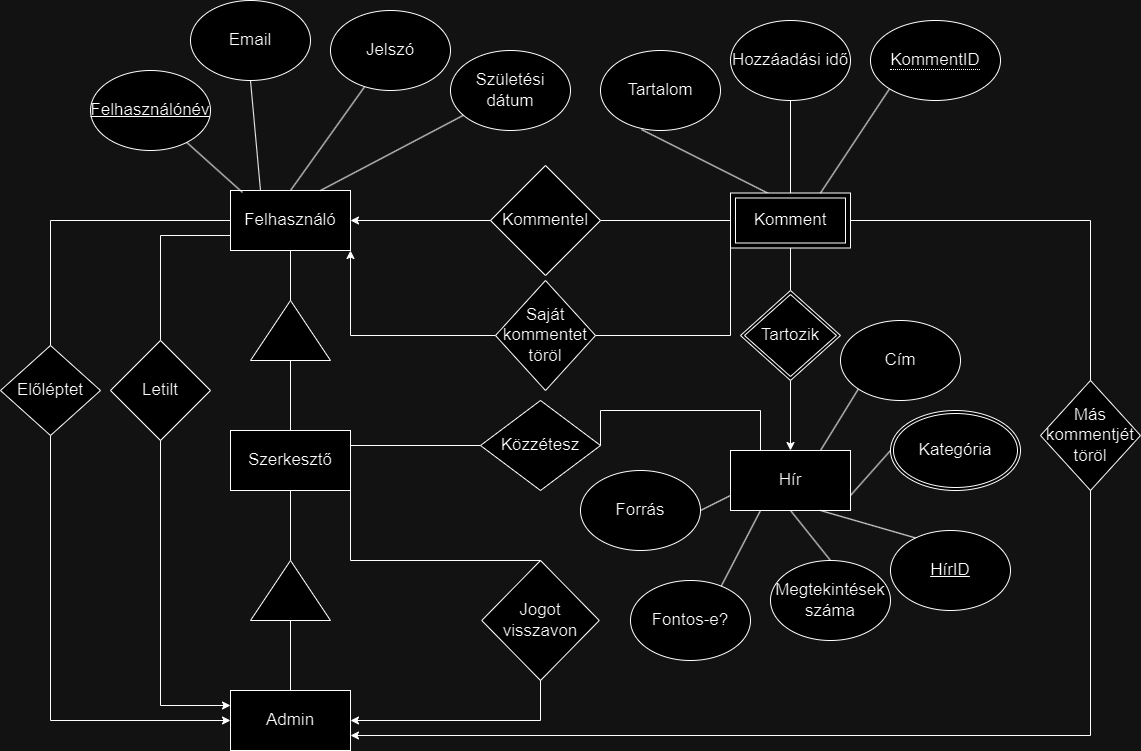
Above: docs/M2/Egyed-kapcsolat diagram.png in meferihun/rf1 (draw.io), before the change. Source tidied: cells renumbered, new cells last; positions are measured from the earlier drawing's top-left corner, leaving out a move shared by most shapes.
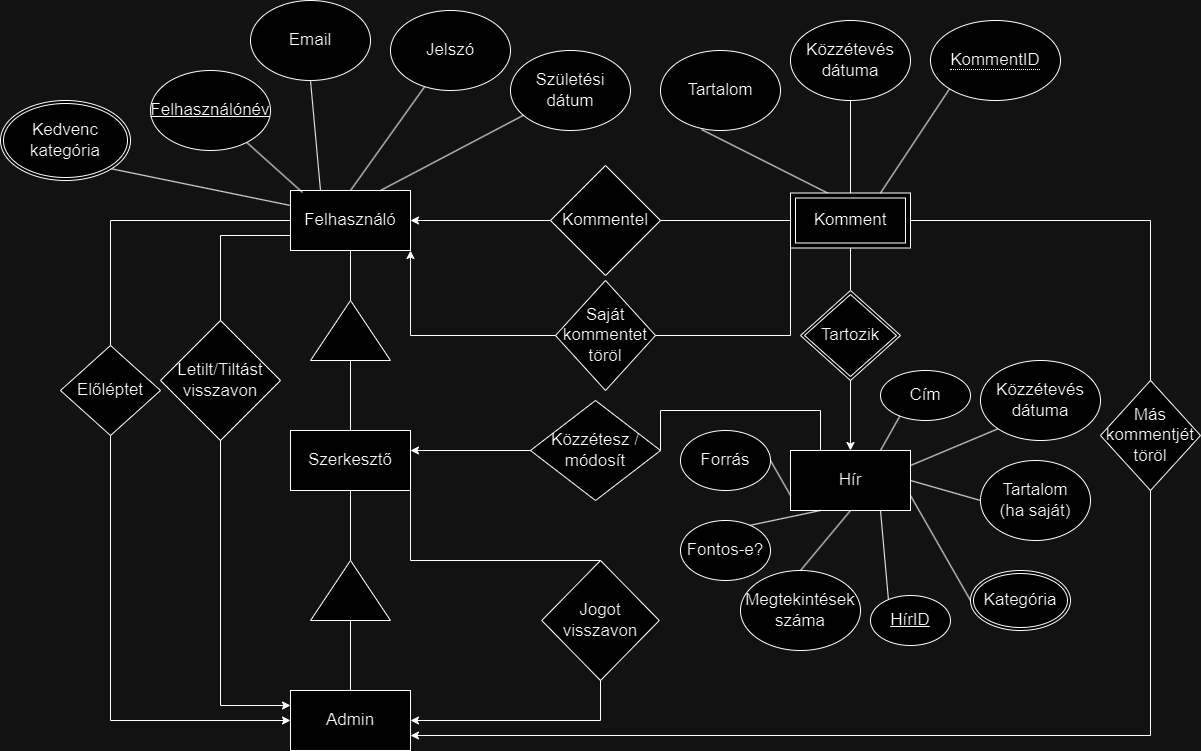
After the commit.

Change to the diagram source:
```diff
@@ -78,14 +78,14 @@
         </Array>
       </mxGeometry>
     </mxCell>
-    <mxCell id="26" value="Letilt" style="rhombus;whiteSpace=wrap;html=1;fontSize=17;" parent="1" vertex="1">
-      <mxGeometry x="110" y="340" width="100" height="100" as="geometry" />
+    <mxCell id="26" value="Letilt/Tiltást visszavon" style="rhombus;whiteSpace=wrap;html=1;fontSize=17;" parent="1" vertex="1">
+      <mxGeometry x="100" y="320" width="120" height="120" as="geometry" />
     </mxCell>
     <mxCell id="27" style="endArrow=none;html=1;rounded=0;entryX=0.75;entryY=0;entryDx=0;entryDy=0;exitX=0.5;exitY=0;exitDx=0;exitDy=0;" parent="1" edge="1" source="28" target="19">
       <mxGeometry relative="1" as="geometry" />
     </mxCell>
     <mxCell id="28" value="Cím" style="ellipse;whiteSpace=wrap;html=1;fontSize=17;" parent="1" vertex="1">
-      <mxGeometry x="840" y="320" width="120" height="80" as="geometry" />
+      <mxGeometry x="820" y="370" width="90" height="50" as="geometry" />
     </mxCell>
     <mxCell id="29" style="endArrow=none;html=1;rounded=0;entryX=1;entryY=0.75;entryDx=0;entryDy=0;exitX=0;exitY=0.5;exitDx=0;exitDy=0;" parent="1" edge="1" source="56" target="19">
       <mxGeometry relative="1" as="geometry" />
@@ -94,12 +94,12 @@
       <mxGeometry relative="1" as="geometry" />
     </mxCell>
     <mxCell id="31" value="HírID" style="ellipse;whiteSpace=wrap;html=1;fontSize=17;fontStyle=4;" parent="1" vertex="1">
-      <mxGeometry x="890" y="530" width="120" height="80" as="geometry" />
+      <mxGeometry x="810" y="595" width="80" height="50" as="geometry" />
     </mxCell>
     <mxCell id="32" style="endArrow=none;html=1;rounded=0;entryX=0.5;entryY=0;entryDx=0;entryDy=0;exitX=0.5;exitY=1;exitDx=0;exitDy=0;" parent="1" edge="1" source="33" target="38">
       <mxGeometry relative="1" as="geometry" />
     </mxCell>
-    <mxCell id="33" value="Hozzáadási idő" style="ellipse;whiteSpace=wrap;html=1;fontSize=17;" parent="1" vertex="1">
+    <mxCell id="33" value="Közzétevés dátuma" style="ellipse;whiteSpace=wrap;html=1;fontSize=17;" parent="1" vertex="1">
       <mxGeometry x="730" y="20" width="120" height="80" as="geometry" />
     </mxCell>
     <mxCell id="34" value="Tartalom" style="ellipse;whiteSpace=wrap;html=1;fontSize=17;" parent="1" vertex="1">
@@ -144,11 +144,8 @@
     <mxCell id="43" value="Tartozik" style="shape=rhombus;double=1;perimeter=rhombusPerimeter;whiteSpace=wrap;html=1;align=center;fontSize=17;" parent="1" vertex="1">
       <mxGeometry x="740" y="290" width="100" height="90" as="geometry" />
     </mxCell>
-    <mxCell id="44" style="endArrow=none;html=1;rounded=0;exitX=1;exitY=0.25;exitDx=0;exitDy=0;" parent="1" edge="1" source="14" target="45">
-      <mxGeometry relative="1" as="geometry" />
-    </mxCell>
-    <mxCell id="45" value="Közzétesz" style="shape=rhombus;perimeter=rhombusPerimeter;whiteSpace=wrap;html=1;align=center;fontSize=17;" parent="1" vertex="1">
-      <mxGeometry x="480" y="400" width="120" height="90" as="geometry" />
+    <mxCell id="45" value="Közzétesz / módosít" style="shape=rhombus;perimeter=rhombusPerimeter;whiteSpace=wrap;html=1;align=center;fontSize=17;" parent="1" vertex="1">
+      <mxGeometry x="470" y="400" width="130" height="100" as="geometry" />
     </mxCell>
     <mxCell id="46" style="endArrow=none;html=1;rounded=0;exitX=1;exitY=0.5;exitDx=0;exitDy=0;entryX=0.25;entryY=0;entryDx=0;entryDy=0;" parent="1" edge="1" source="45" target="19">
       <mxGeometry relative="1" as="geometry">
@@ -210,25 +207,48 @@
       </mxGeometry>
     </mxCell>
     <mxCell id="56" value="Kategória" style="ellipse;shape=doubleEllipse;margin=3;whiteSpace=wrap;html=1;align=center;fontSize=17;" parent="1" vertex="1">
-      <mxGeometry x="890" y="410" width="130" height="80" as="geometry" />
+      <mxGeometry x="910" y="570" width="100" height="60" as="geometry" />
     </mxCell>
     <mxCell id="57" style="endArrow=none;html=1;rounded=0;entryX=0.5;entryY=1;entryDx=0;entryDy=0;exitX=0.5;exitY=0;exitDx=0;exitDy=0;" parent="1" edge="1" source="58" target="19">
       <mxGeometry relative="1" as="geometry" />
     </mxCell>
     <mxCell id="58" value="Megtekintések száma" style="ellipse;whiteSpace=wrap;html=1;fontSize=17;" parent="1" vertex="1">
-      <mxGeometry x="770" y="560" width="120" height="80" as="geometry" />
+      <mxGeometry x="680" y="570" width="120" height="80" as="geometry" />
     </mxCell>
     <mxCell id="59" style="endArrow=none;html=1;rounded=0;entryX=0.25;entryY=1;entryDx=0;entryDy=0;exitX=0.75;exitY=0.088;exitDx=0;exitDy=0;exitPerimeter=0;" parent="1" edge="1" source="60" target="19">
       <mxGeometry relative="1" as="geometry" />
     </mxCell>
     <mxCell id="60" value="Fontos-e?" style="ellipse;whiteSpace=wrap;html=1;fontSize=17;" parent="1" vertex="1">
-      <mxGeometry x="630" y="580" width="120" height="80" as="geometry" />
+      <mxGeometry x="620" y="520" width="90" height="60" as="geometry" />
     </mxCell>
     <mxCell id="61" style="endArrow=none;html=1;rounded=0;entryX=0;entryY=0.75;entryDx=0;entryDy=0;exitX=1;exitY=0.5;exitDx=0;exitDy=0;" parent="1" edge="1" source="62" target="19">
       <mxGeometry relative="1" as="geometry" />
     </mxCell>
     <mxCell id="62" value="Forrás" style="ellipse;whiteSpace=wrap;html=1;fontSize=17;" parent="1" vertex="1">
-      <mxGeometry x="580" y="470" width="120" height="80" as="geometry" />
+      <mxGeometry x="620" y="430" width="90" height="60" as="geometry" />
     </mxCell>
+    <mxCell id="63" value="Kedvenc kategória" style="ellipse;shape=doubleEllipse;margin=3;whiteSpace=wrap;html=1;align=center;fontSize=17;" parent="1" vertex="1">
+      <mxGeometry x="-60" y="100" width="130" height="80" as="geometry" />
+    </mxCell>
+    <mxCell id="64" style="endArrow=none;html=1;rounded=0;entryX=1;entryY=1;entryDx=0;entryDy=0;exitX=0;exitY=0.25;exitDx=0;exitDy=0;" parent="1" edge="1" source="2" target="63">
+      <mxGeometry relative="1" as="geometry" />
+    </mxCell>
+    <mxCell id="65" style="endArrow=classic;html=1;rounded=0;exitX=0;exitY=0.5;exitDx=0;exitDy=0;" parent="1" edge="1" source="45">
+      <mxGeometry relative="1" as="geometry">
+        <mxPoint x="350" y="450" as="targetPoint" />
+      </mxGeometry>
+    </mxCell>
+    <mxCell id="66" style="endArrow=none;html=1;rounded=0;entryX=1;entryY=0.25;entryDx=0;entryDy=0;exitX=0;exitY=1;exitDx=0;exitDy=0;" parent="1" edge="1" source="67" target="19">
+      <mxGeometry relative="1" as="geometry" />
+    </mxCell>
+    <mxCell id="67" value="Közzétevés dátuma" style="ellipse;whiteSpace=wrap;html=1;fontSize=17;" parent="1" vertex="1">
+      <mxGeometry x="920" y="360" width="120" height="80" as="geometry" />
+    </mxCell>
+    <mxCell id="68" style="endArrow=none;html=1;rounded=0;entryX=1;entryY=0.5;entryDx=0;entryDy=0;exitX=0;exitY=0.5;exitDx=0;exitDy=0;" parent="1" edge="1" source="69" target="19">
+      <mxGeometry relative="1" as="geometry" />
+    </mxCell>
+    <mxCell id="69" value="Tartalom&lt;br&gt;(ha saját)" style="ellipse;whiteSpace=wrap;html=1;fontSize=17;" parent="1" vertex="1">
+      <mxGeometry x="920" y="460" width="110" height="80" as="geometry" />
+    </mxCell>
   </root>
 </mxGraphModel>
```
